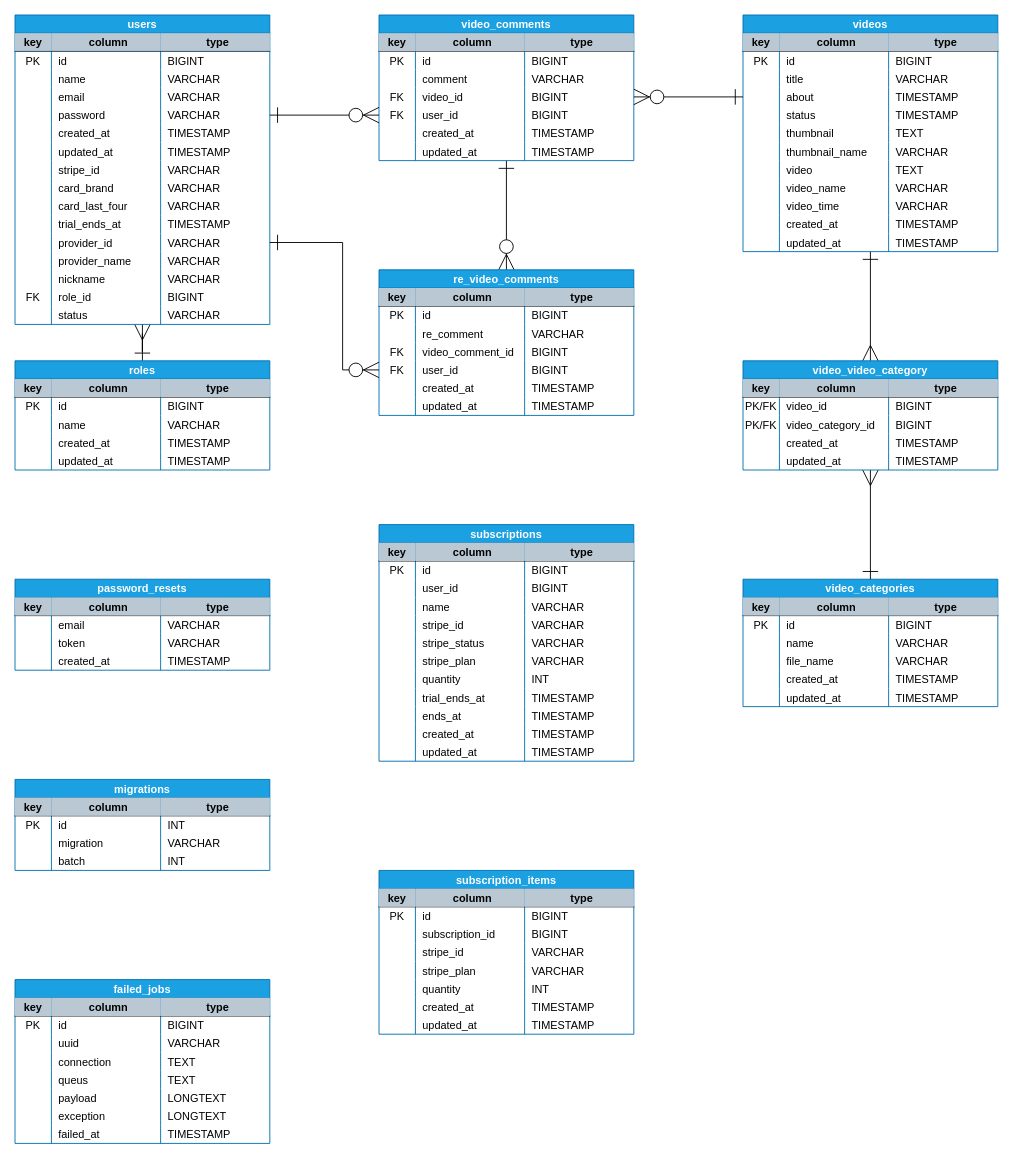
Above: ER.dio in kiyo1031r1/laravel-vuejs (draw.io), before the change. Source tidied: cells renumbered, new cells numbered last; positions are measured from the earlier drawing's top-left corner, leaving out a move shared by most shapes. Both pictures are drawn from the tidied source at 91%, with x=0, y=0 at pixel (15, 15).
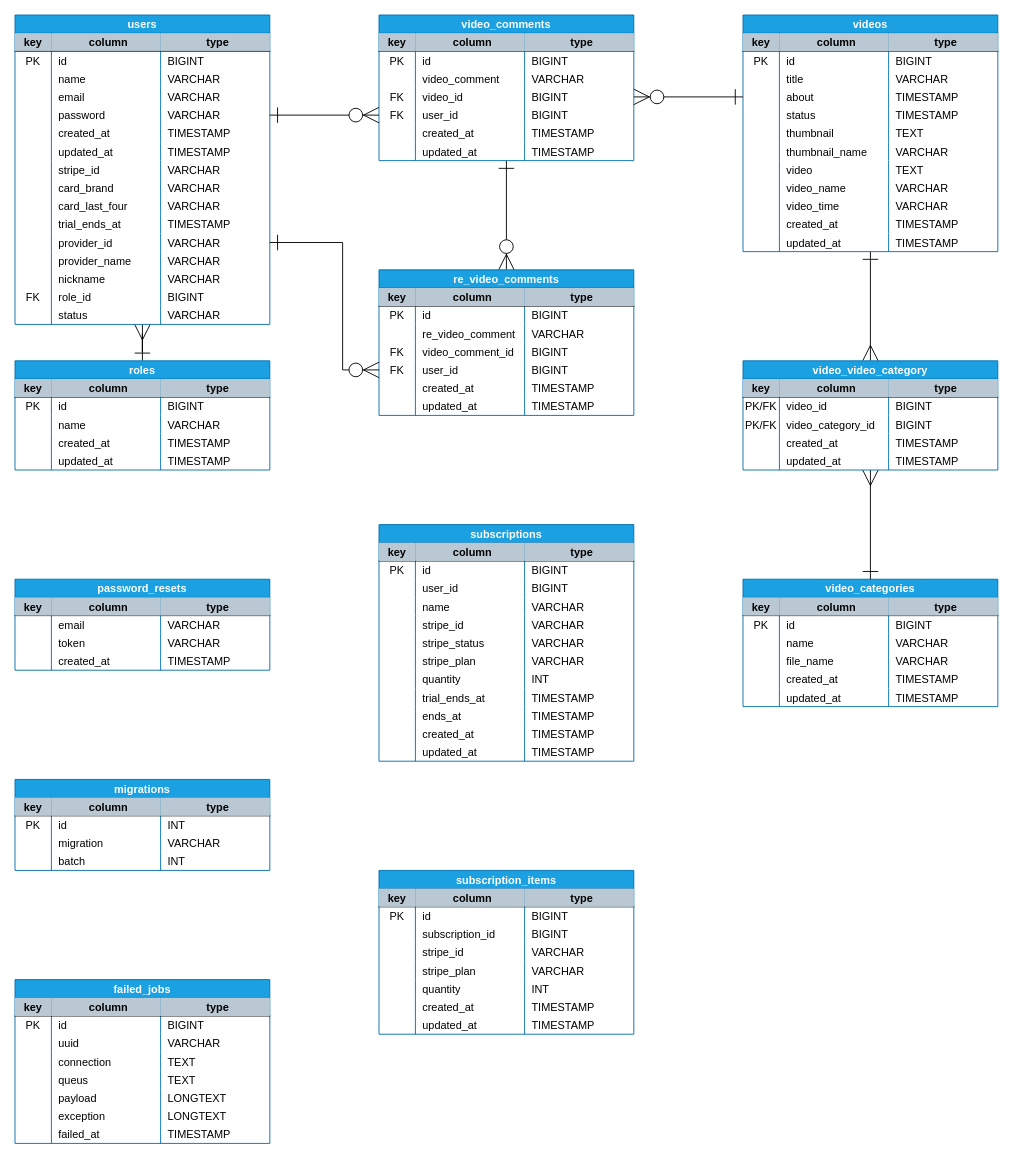
The same page after the edit.

Commit message (it also covers changes not shown here):
ER図とreadmeの画像を更新

The change refers to these unchanged cells:
```xml
<mxCell id="196" style="shape=partialRectangle;fillColor=none;top=0;left=0;bottom=0;right=0;" parent="187" vertex="1">
  <mxGeometry y="60" width="280" height="20" as="geometry" />
</mxCell>
<mxCell id="225" style="shape=partialRectangle;fillColor=none;top=0;left=0;bottom=0;right=0;" parent="216" vertex="1">
  <mxGeometry y="60" width="280" height="20" as="geometry" />
</mxCell>
```

The edit, as a diff of the source:
```diff
@@
-    <mxCell id="198" value="comment" style="shape=partialRectangle;fillColor=none;top=0;left=0;bottom=0;right=0;align=left;spacingLeft=6;overflow=hidden;" parent="196" vertex="1">
+    <mxCell id="198" value="video_comment" style="shape=partialRectangle;fillColor=none;top=0;left=0;bottom=0;right=0;align=left;spacingLeft=6;overflow=hidden;" parent="196" vertex="1">
       <mxGeometry x="40" width="120" height="20" as="geometry" />
     </mxCell>
@@
-    <mxCell id="227" value="re_comment" style="shape=partialRectangle;fillColor=none;top=0;left=0;bottom=0;right=0;align=left;spacingLeft=6;overflow=hidden;" parent="225" vertex="1">
+    <mxCell id="227" value="re_video_comment" style="shape=partialRectangle;fillColor=none;top=0;left=0;bottom=0;right=0;align=left;spacingLeft=6;overflow=hidden;" parent="225" vertex="1">
       <mxGeometry x="40" width="120" height="20" as="geometry" />
     </mxCell>
```
